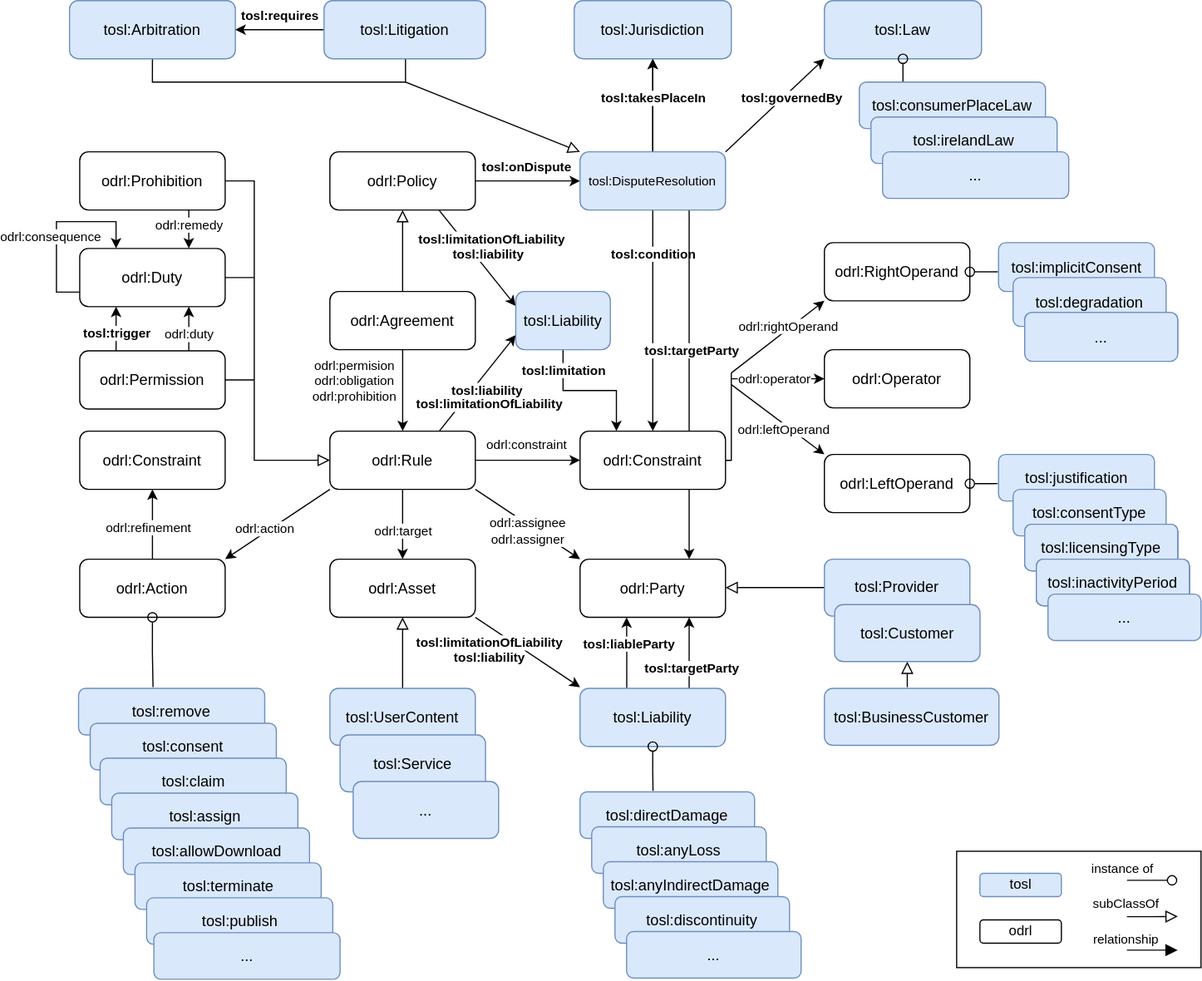
The draw.io diagram img/tosl_model.svg in isa-group/tosl, before a commit. Source tidied: cells renumbered, new cells last; positions are measured from the earlier drawing's top-left corner, leaving out a move shared by most shapes.
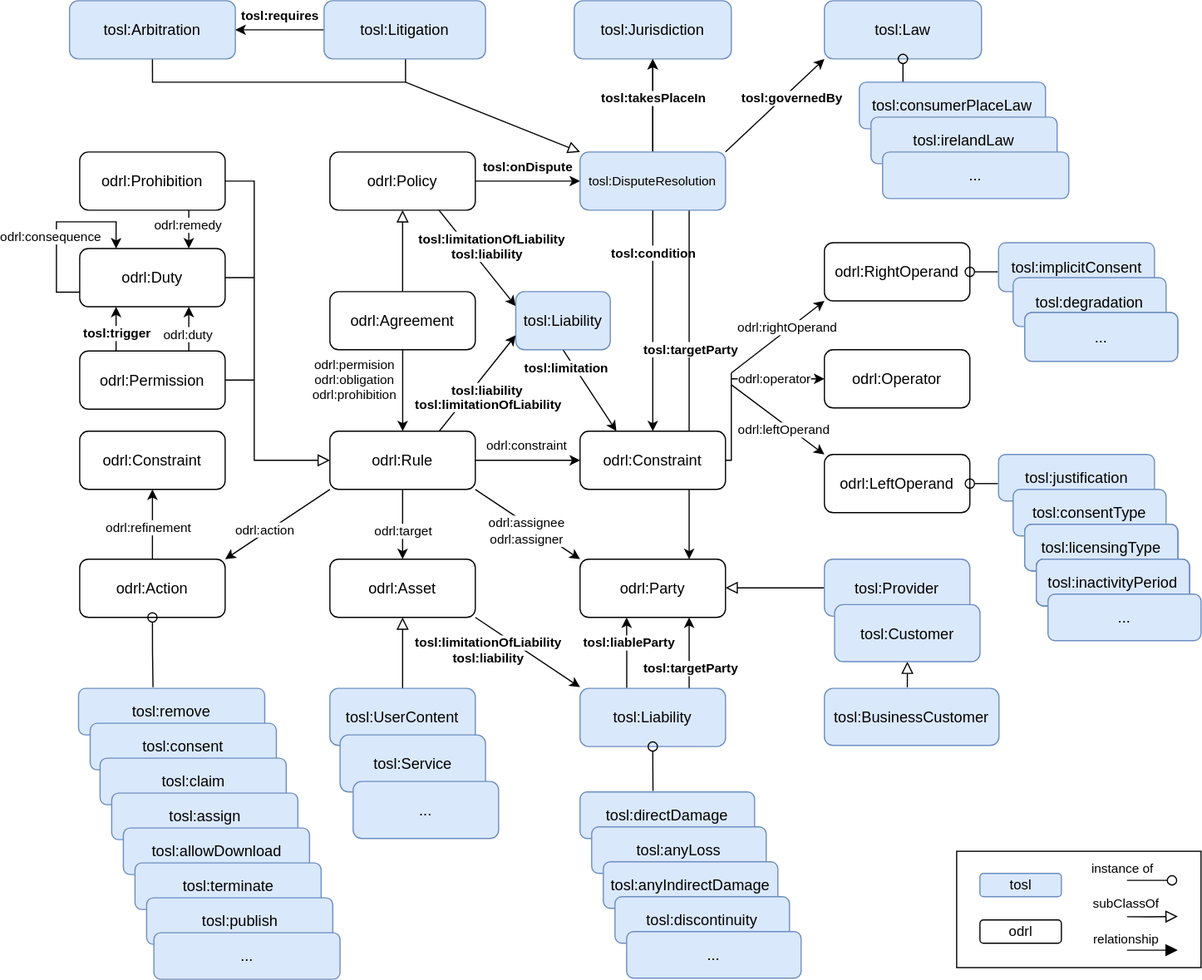
Later version of the same file.

What changed in the source:
```diff
@@ -399,7 +399,7 @@
         <mxPoint x="450" y="590" as="targetPoint" />
       </mxGeometry>
     </mxCell>
-    <mxCell id="102" style="rounded=0;jettySize=auto;html=1;entryX=0.25;entryY=0;entryDx=0;entryDy=0;exitX=0.5;exitY=1;exitDx=0;exitDy=0;edgeStyle=orthogonalEdgeStyle;" parent="1" edge="1" source="104" target="41">
+    <mxCell id="102" style="rounded=0;jettySize=auto;html=1;entryX=0.25;entryY=0;entryDx=0;entryDy=0;exitX=0.5;exitY=1;exitDx=0;exitDy=0;" parent="1" edge="1" source="104" target="41">
       <mxGeometry relative="1" as="geometry" />
     </mxCell>
     <mxCell id="103" value="&lt;b&gt;tosl:limitation&lt;/b&gt;" style="edgeLabel;html=1;align=center;verticalAlign=middle;" parent="102" vertex="1">
```
